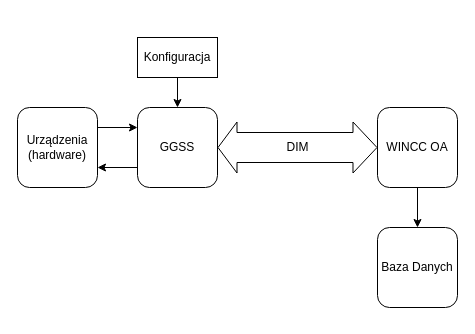
Before: thesis/res/draw.io/highLevelArch.drawio in arokasprz100/Bachelor-thesis, a draw.io diagram. Source tidied: cells renumbered, new cells numbered last; positions are measured from the earlier drawing's top-left corner, leaving out a move shared by most shapes. Both pictures are drawn from the tidied source at 100%, with x=0, y=0 at pixel (17, 37).
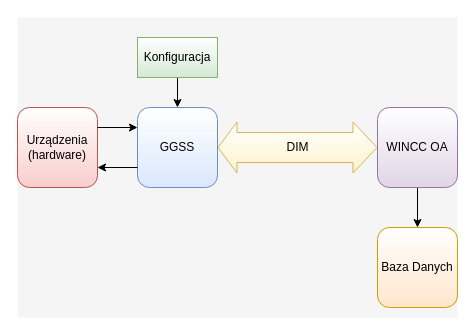
The same diagram, later.

What changed in the source:
```diff
@@
 <mxGraphModel>
   <root>
     <mxCell id="0" />
     <mxCell id="1" parent="0" />
+    <mxCell id="13" style="rounded=0;whiteSpace=wrap;html=1;shadow=0;glass=0;fillColor=#f5f5f5;strokeColor=none;fontColor=#333333;" parent="1" vertex="1">
+      <mxGeometry y="-20" width="440" height="300" as="geometry" />
+    </mxCell>
+    <mxCell id="12" style="shape=flexArrow;endArrow=classic;startArrow=classic;html=1;exitX=1;exitY=0.5;exitDx=0;exitDy=0;entryX=0;entryY=0.5;entryDx=0;entryDy=0;width=30;endSize=7.67;fillColor=#fff2cc;strokeColor=#d6b656;shadow=0;gradientColor=#ffffff;gradientDirection=north;" parent="1" edge="1" source="2" target="4">
+      <mxGeometry relative="1" as="geometry" />
+    </mxCell>
-    <mxCell id="2" value="GGSS" style="rounded=1;whiteSpace=wrap;html=1;" parent="1" vertex="1">
+    <mxCell id="2" value="GGSS" style="rounded=1;whiteSpace=wrap;html=1;fillColor=#dae8fc;strokeColor=#6c8ebf;shadow=0;gradientColor=#ffffff;gradientDirection=north;" parent="1" vertex="1">
       <mxGeometry x="120" y="70" width="80" height="80" as="geometry" />
     </mxCell>
-    <mxCell id="3" style="edgeStyle=orthogonalEdgeStyle;rounded=0;jettySize=auto;html=1;" parent="1" edge="1" source="4" target="5">
+    <mxCell id="3" style="edgeStyle=orthogonalEdgeStyle;rounded=0;jettySize=auto;html=1;shadow=0;" parent="1" edge="1" source="4" target="5">
       <mxGeometry relative="1" as="geometry" />
     </mxCell>
-    <mxCell id="4" value="WINCC OA" style="rounded=1;whiteSpace=wrap;html=1;" parent="1" vertex="1">
+    <mxCell id="4" value="WINCC OA" style="rounded=1;whiteSpace=wrap;html=1;fillColor=#e1d5e7;strokeColor=#9673a6;shadow=0;gradientColor=#ffffff;gradientDirection=north;" parent="1" vertex="1">
       <mxGeometry x="360" y="70" width="80" height="80" as="geometry" />
     </mxCell>
-    <mxCell id="5" value="Baza Danych" style="rounded=1;whiteSpace=wrap;html=1;" parent="1" vertex="1">
+    <mxCell id="5" value="Baza Danych" style="rounded=1;whiteSpace=wrap;html=1;fillColor=#ffe6cc;strokeColor=#d79b00;shadow=0;glass=0;gradientColor=#ffffff;gradientDirection=north;" parent="1" vertex="1">
       <mxGeometry x="360" y="190" width="80" height="80" as="geometry" />
     </mxCell>
-    <mxCell id="6" style="edgeStyle=orthogonalEdgeStyle;rounded=0;jettySize=auto;html=1;entryX=0.5;entryY=0;entryDx=0;entryDy=0;" parent="1" edge="1" source="7" target="2">
+    <mxCell id="6" style="edgeStyle=orthogonalEdgeStyle;rounded=0;jettySize=auto;html=1;entryX=0.5;entryY=0;entryDx=0;entryDy=0;shadow=0;" parent="1" edge="1" source="7" target="2">
       <mxGeometry relative="1" as="geometry" />
     </mxCell>
-    <mxCell id="7" value="Konfiguracja" style="rounded=0;whiteSpace=wrap;html=1;" parent="1" vertex="1">
+    <mxCell id="7" value="Konfiguracja" style="rounded=0;whiteSpace=wrap;html=1;fillColor=#d5e8d4;strokeColor=#82b366;shadow=0;gradientColor=#ffffff;gradientDirection=north;" parent="1" vertex="1">
       <mxGeometry x="120" width="80" height="40" as="geometry" />
     </mxCell>
-    <mxCell id="8" value="DIM" style="text;html=1;align=center;verticalAlign=middle;" parent="1" vertex="1">
+    <mxCell id="8" value="DIM" style="text;html=1;align=center;verticalAlign=middle;shadow=0;" parent="1" vertex="1">
       <mxGeometry x="260" y="100" width="40" height="20" as="geometry" />
     </mxCell>
-    <mxCell id="9" value="&lt;div&gt;Urządzenia&lt;/div&gt;&lt;div&gt;(hardware)&lt;br&gt;&lt;/div&gt;" style="rounded=1;whiteSpace=wrap;html=1;" parent="1" vertex="1">
+    <mxCell id="9" value="&lt;div&gt;Urządzenia&lt;/div&gt;&lt;div&gt;(hardware)&lt;br&gt;&lt;/div&gt;" style="rounded=1;whiteSpace=wrap;html=1;fillColor=#f8cecc;strokeColor=#b85450;shadow=0;gradientColor=#ffffff;gradientDirection=north;" parent="1" vertex="1">
       <mxGeometry y="70" width="80" height="80" as="geometry" />
     </mxCell>
-    <mxCell id="10" style="endArrow=classic;html=1;exitX=1;exitY=0.25;exitDx=0;exitDy=0;entryX=0;entryY=0.25;entryDx=0;entryDy=0;" parent="1" edge="1" source="9" target="2">
+    <mxCell id="10" style="endArrow=classic;html=1;exitX=1;exitY=0.25;exitDx=0;exitDy=0;entryX=0;entryY=0.25;entryDx=0;entryDy=0;shadow=0;" parent="1" edge="1" source="9" target="2">
       <mxGeometry relative="1" as="geometry" />
     </mxCell>
-    <mxCell id="11" style="endArrow=classic;html=1;exitX=0;exitY=0.75;exitDx=0;exitDy=0;entryX=1;entryY=0.75;entryDx=0;entryDy=0;" parent="1" edge="1" source="2" target="9">
+    <mxCell id="11" style="endArrow=classic;html=1;exitX=0;exitY=0.75;exitDx=0;exitDy=0;entryX=1;entryY=0.75;entryDx=0;entryDy=0;shadow=0;" parent="1" edge="1" source="2" target="9">
       <mxGeometry relative="1" as="geometry" />
     </mxCell>
-    <mxCell id="12" style="shape=flexArrow;endArrow=classic;startArrow=classic;html=1;exitX=1;exitY=0.5;exitDx=0;exitDy=0;entryX=0;entryY=0.5;entryDx=0;entryDy=0;width=30;endSize=7.67;" parent="1" edge="1" source="2" target="4">
-      <mxGeometry relative="1" as="geometry" />
-    </mxCell>
   </root>
 </mxGraphModel>
```
